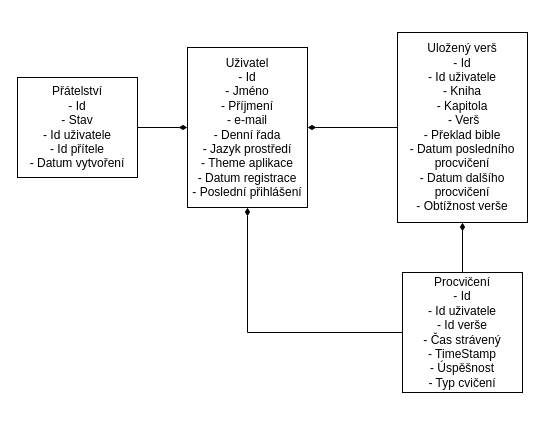
Above: docs/diagram/class_diagram.drawio in matakom/bible-memorization (draw.io), before the change. Source tidied: cells renumbered, new cells numbered last; positions are measured from the earlier drawing's top-left corner, leaving out a move shared by most shapes. Both pictures are drawn from the tidied source at 100%, with x=0, y=0 at pixel (17, 32).
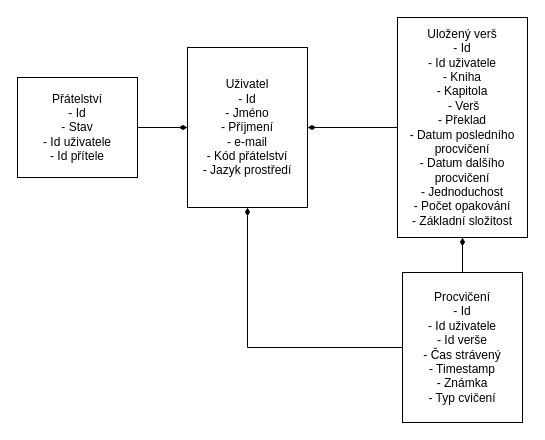
The same diagram, later.

Change to the diagram source:
```diff
@@
 <mxGraphModel>
   <root>
     <mxCell id="0" />
     <mxCell id="1" parent="0" />
-    <mxCell id="2" value="Uživatel&lt;div&gt;- Id&lt;/div&gt;&lt;div&gt;- Jméno&lt;/div&gt;&lt;div&gt;- Příjmení&lt;/div&gt;&lt;div&gt;- e-mail&lt;/div&gt;&lt;div&gt;- Denní řada&lt;/div&gt;&lt;div&gt;- Jazyk prostředí&lt;/div&gt;&lt;div&gt;- Theme aplikace&lt;/div&gt;&lt;div&gt;- Datum registrace&lt;/div&gt;&lt;div&gt;- Poslední přihlášení&lt;/div&gt;" style="rounded=0;whiteSpace=wrap;html=1;" parent="1" vertex="1">
+    <mxCell id="2" value="Uživatel&lt;div&gt;- Id&lt;/div&gt;&lt;div&gt;- Jméno&lt;/div&gt;&lt;div&gt;- Příjmení&lt;/div&gt;&lt;div&gt;- e-mail&lt;/div&gt;&lt;div&gt;- Kód přátelství&lt;/div&gt;&lt;div&gt;- Jazyk prostředí&lt;/div&gt;" style="rounded=0;whiteSpace=wrap;html=1;" parent="1" vertex="1">
       <mxGeometry x="170" y="15" width="120" height="160" as="geometry" />
     </mxCell>
     <mxCell id="3" style="edgeStyle=orthogonalEdgeStyle;rounded=0;jettySize=auto;html=1;endArrow=diamondThin;endFill=1;" parent="1" edge="1" source="4" target="2">
       <mxGeometry relative="1" as="geometry" />
     </mxCell>
-    <mxCell id="4" value="Uložený verš&lt;div&gt;- Id&lt;/div&gt;&lt;div&gt;- Id uživatele&lt;/div&gt;&lt;div&gt;- Kniha&lt;/div&gt;&lt;div&gt;- Kapitola&lt;/div&gt;&lt;div&gt;&amp;nbsp;- Verš&lt;/div&gt;&lt;div&gt;- Překlad bible&lt;/div&gt;&lt;div&gt;- Datum posledního procvičení&lt;/div&gt;&lt;div&gt;- Datum dalšího procvičení&lt;/div&gt;&lt;div&gt;- Obtížnost verše&lt;/div&gt;" style="rounded=0;whiteSpace=wrap;html=1;" parent="1" vertex="1">
-      <mxGeometry x="380" width="130" height="190" as="geometry" />
+    <mxCell id="4" value="Uložený verš&lt;div&gt;- Id&lt;/div&gt;&lt;div&gt;- Id uživatele&lt;/div&gt;&lt;div&gt;- Kniha&lt;/div&gt;&lt;div&gt;- Kapitola&lt;/div&gt;&lt;div&gt;&amp;nbsp;- Verš&lt;/div&gt;&lt;div&gt;- Překlad&lt;/div&gt;&lt;div&gt;- Datum posledního procvičení&lt;/div&gt;&lt;div&gt;- Datum dalšího procvičení&lt;/div&gt;&lt;div&gt;- Jednoduchost&lt;/div&gt;&lt;div&gt;- Počet opakování&lt;/div&gt;&lt;div&gt;- Základní složitost&lt;/div&gt;" style="rounded=0;whiteSpace=wrap;html=1;" parent="1" vertex="1">
+      <mxGeometry x="380" y="-15" width="130" height="220" as="geometry" />
     </mxCell>
     <mxCell id="5" style="edgeStyle=orthogonalEdgeStyle;rounded=0;jettySize=auto;html=1;endArrow=diamondThin;endFill=1;" parent="1" edge="1" source="7" target="4">
       <mxGeometry relative="1" as="geometry" />
     </mxCell>
     <mxCell id="6" style="edgeStyle=orthogonalEdgeStyle;rounded=0;jettySize=auto;html=1;entryX=0.5;entryY=1;entryDx=0;entryDy=0;endArrow=diamondThin;endFill=1;" parent="1" edge="1" source="7" target="2">
       <mxGeometry relative="1" as="geometry" />
     </mxCell>
-    <mxCell id="7" value="Procvičení&lt;div&gt;- Id&lt;/div&gt;&lt;div&gt;- Id uživatele&lt;/div&gt;&lt;div&gt;- Id verše&lt;/div&gt;&lt;div&gt;- Čas strávený&lt;/div&gt;&lt;div&gt;- TimeStamp&lt;/div&gt;&lt;div&gt;- Úspěšnost&lt;/div&gt;&lt;div&gt;- Typ cvičení&lt;/div&gt;" style="rounded=0;whiteSpace=wrap;html=1;" parent="1" vertex="1">
-      <mxGeometry x="385" y="240" width="120" height="120" as="geometry" />
+    <mxCell id="7" value="Procvičení&lt;div&gt;- Id&lt;/div&gt;&lt;div&gt;- Id uživatele&lt;/div&gt;&lt;div&gt;- Id verše&lt;/div&gt;&lt;div&gt;- Čas strávený&lt;/div&gt;&lt;div&gt;- Timestamp&lt;/div&gt;&lt;div&gt;- Známka&lt;/div&gt;&lt;div&gt;- Typ cvičení&lt;/div&gt;" style="rounded=0;whiteSpace=wrap;html=1;" parent="1" vertex="1">
+      <mxGeometry x="385" y="240" width="120" height="150" as="geometry" />
     </mxCell>
     <mxCell id="8" style="edgeStyle=orthogonalEdgeStyle;rounded=0;jettySize=auto;html=1;entryX=0;entryY=0.5;entryDx=0;entryDy=0;endArrow=diamondThin;endFill=1;" parent="1" edge="1" source="9" target="2">
       <mxGeometry relative="1" as="geometry" />
     </mxCell>
-    <mxCell id="9" value="Přátelství&lt;div&gt;- Id&lt;/div&gt;&lt;div&gt;- Stav&lt;/div&gt;&lt;div&gt;- Id uživatele&lt;/div&gt;&lt;div&gt;- Id přítele&lt;/div&gt;&lt;div&gt;- Datum vytvoření&lt;/div&gt;" style="rounded=0;whiteSpace=wrap;html=1;" parent="1" vertex="1">
+    <mxCell id="9" value="Přátelství&lt;div&gt;- Id&lt;/div&gt;&lt;div&gt;- Stav&lt;/div&gt;&lt;div&gt;- Id uživatele&lt;/div&gt;&lt;div&gt;- Id přítele&lt;/div&gt;" style="rounded=0;whiteSpace=wrap;html=1;" parent="1" vertex="1">
       <mxGeometry y="45" width="120" height="100" as="geometry" />
     </mxCell>
   </root>
 </mxGraphModel>
```
